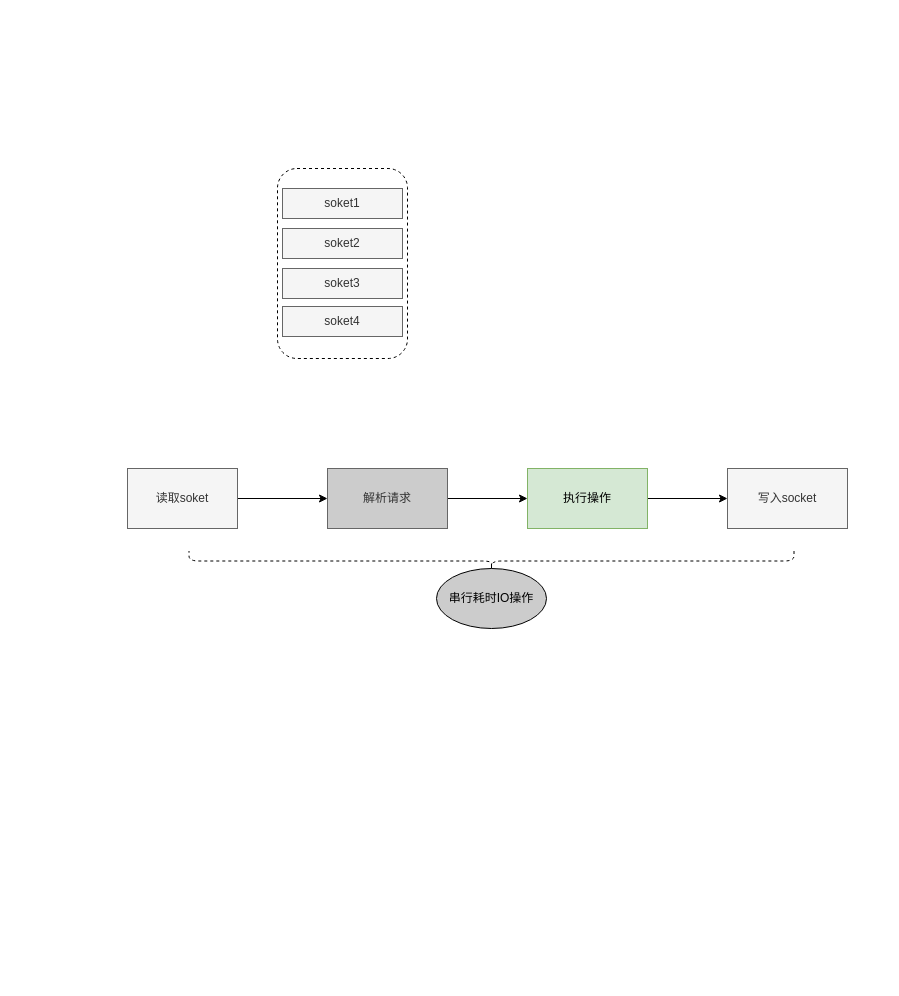
This is Untitled Diagram.drawio from choustark/dis-tx, a draw.io file, before an edit. Source tidied: cells renumbered, new cells numbered last; positions are measured from the earlier drawing's top-left corner, leaving out a move shared by most shapes. Both pictures are drawn from the tidied source at 100%, with x=0, y=0 at pixel (127, 168).
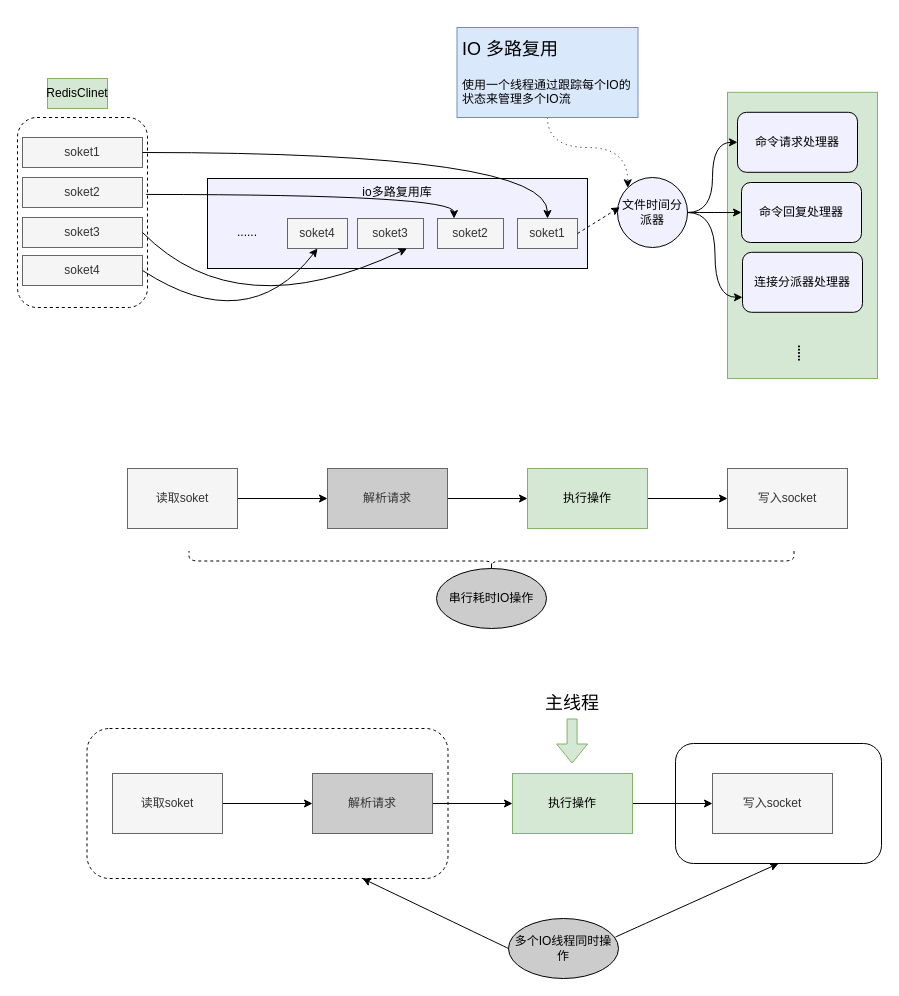
Above is the later version.

Diff of the diagram source:
```diff
@@
+    <mxCell id="16" style="rounded=1;whiteSpace=wrap;html=1;fontSize=18;" parent="1" vertex="1">
+      <mxGeometry x="548" y="575" width="206" height="120" as="geometry" />
+    </mxCell>
+    <mxCell id="17" style="rounded=1;whiteSpace=wrap;html=1;fontSize=18;dashed=1;" parent="1" vertex="1">
+      <mxGeometry x="-40.5" y="560" width="361" height="150" as="geometry" />
+    </mxCell>
     <mxCell id="2" style="rounded=1;whiteSpace=wrap;html=1;dashed=1;" parent="1" vertex="1">
-      <mxGeometry x="150" width="130" height="190" as="geometry" />
+      <mxGeometry x="-110" y="-51" width="130" height="190" as="geometry" />
     </mxCell>
     <mxCell id="3" value="soket3" style="rounded=0;whiteSpace=wrap;html=1;fillColor=#f5f5f5;fontColor=#333333;strokeColor=#666666;" parent="1" vertex="1">
-      <mxGeometry x="155" y="100" width="120" height="30" as="geometry" />
+      <mxGeometry x="-105" y="49" width="120" height="30" as="geometry" />
     </mxCell>
     <mxCell id="4" value="soket4" style="rounded=0;whiteSpace=wrap;html=1;fillColor=#f5f5f5;fontColor=#333333;strokeColor=#666666;" parent="1" vertex="1">
-      <mxGeometry x="155" y="138" width="120" height="30" as="geometry" />
+      <mxGeometry x="-105" y="87" width="120" height="30" as="geometry" />
     </mxCell>
     <mxCell id="5" value="soket1" style="rounded=0;whiteSpace=wrap;html=1;fillColor=#f5f5f5;fontColor=#333333;strokeColor=#666666;" parent="1" vertex="1">
-      <mxGeometry x="155" y="20" width="120" height="30" as="geometry" />
+      <mxGeometry x="-105" y="-31" width="120" height="30" as="geometry" />
     </mxCell>
     <mxCell id="6" value="soket2" style="rounded=0;whiteSpace=wrap;html=1;fillColor=#f5f5f5;fontColor=#333333;strokeColor=#666666;" parent="1" vertex="1">
-      <mxGeometry x="155" y="60" width="120" height="30" as="geometry" />
+      <mxGeometry x="-105" y="9" width="120" height="30" as="geometry" />
     </mxCell>
@@
+    <mxCell id="18" value="io多路复用库" style="rounded=0;whiteSpace=wrap;html=1;fillColor=#F1F0FF;verticalAlign=top;" parent="1" vertex="1">
+      <mxGeometry x="80" y="10" width="380" height="90" as="geometry" />
+    </mxCell>
+    <mxCell id="19" value="soket1" style="rounded=0;whiteSpace=wrap;html=1;fillColor=#f5f5f5;fontColor=#333333;strokeColor=#666666;" parent="1" vertex="1">
+      <mxGeometry x="390" y="50" width="60" height="30" as="geometry" />
+    </mxCell>
+    <mxCell id="20" value="soket2" style="rounded=0;whiteSpace=wrap;html=1;fillColor=#f5f5f5;fontColor=#333333;strokeColor=#666666;" parent="1" vertex="1">
+      <mxGeometry x="310" y="50" width="66" height="30" as="geometry" />
+    </mxCell>
+    <mxCell id="21" value="soket3" style="rounded=0;whiteSpace=wrap;html=1;fillColor=#f5f5f5;fontColor=#333333;strokeColor=#666666;" parent="1" vertex="1">
+      <mxGeometry x="230" y="50" width="66" height="30" as="geometry" />
+    </mxCell>
+    <mxCell id="22" value="文件时间分派器" style="ellipse;whiteSpace=wrap;html=1;fillColor=#F1F0FF;" parent="1" vertex="1">
+      <mxGeometry x="490" y="9" width="70" height="70" as="geometry" />
+    </mxCell>
+    <mxCell id="23" value="soket4" style="rounded=0;whiteSpace=wrap;html=1;fillColor=#f5f5f5;fontColor=#333333;strokeColor=#666666;" parent="1" vertex="1">
+      <mxGeometry x="160" y="50" width="60" height="30" as="geometry" />
+    </mxCell>
+    <mxCell id="24" style="rounded=0;whiteSpace=wrap;html=1;fillColor=#d5e8d4;strokeColor=#82b366;" parent="1" vertex="1">
+      <mxGeometry x="600" y="-76.2" width="150" height="286.2" as="geometry" />
+    </mxCell>
+    <mxCell id="25" value="命令请求处理器" style="rounded=1;whiteSpace=wrap;html=1;fillColor=#F1F0FF;" parent="1" vertex="1">
+      <mxGeometry x="610" y="-56.2" width="120" height="60" as="geometry" />
+    </mxCell>
+    <mxCell id="26" value="命令回复处理器" style="rounded=1;whiteSpace=wrap;html=1;fillColor=#F1F0FF;" parent="1" vertex="1">
+      <mxGeometry x="614" y="14" width="120" height="60" as="geometry" />
+    </mxCell>
+    <mxCell id="27" value="连接分派器处理器" style="rounded=1;whiteSpace=wrap;html=1;fillColor=#F1F0FF;" parent="1" vertex="1">
+      <mxGeometry x="615" y="83.8" width="120" height="60" as="geometry" />
+    </mxCell>
+    <mxCell id="28" style="endArrow=classic;html=1;rounded=0;entryX=0;entryY=0.5;entryDx=0;entryDy=0;edgeStyle=orthogonalEdgeStyle;curved=1;exitX=1;exitY=0.5;exitDx=0;exitDy=0;" parent="1" edge="1" source="22" target="25">
+      <mxGeometry relative="1" as="geometry" />
+    </mxCell>
+    <mxCell id="29" style="endArrow=classic;html=1;rounded=0;entryX=0;entryY=0.75;entryDx=0;entryDy=0;edgeStyle=orthogonalEdgeStyle;curved=1;exitX=1;exitY=0.5;exitDx=0;exitDy=0;" parent="1" edge="1" source="22" target="27">
+      <mxGeometry relative="1" as="geometry" />
+    </mxCell>
+    <mxCell id="30" style="endArrow=classic;html=1;rounded=0;entryX=0;entryY=0.5;entryDx=0;entryDy=0;edgeStyle=orthogonalEdgeStyle;curved=1;exitX=1;exitY=0.5;exitDx=0;exitDy=0;" parent="1" edge="1" source="22" target="26">
+      <mxGeometry relative="1" as="geometry" />
+    </mxCell>
+    <mxCell id="31" style="endArrow=classic;html=1;rounded=0;curved=1;exitX=1;exitY=0.5;exitDx=0;exitDy=0;entryX=0.033;entryY=0.425;entryDx=0;entryDy=0;entryPerimeter=0;dashed=1;" parent="1" edge="1" source="19" target="22">
+      <mxGeometry relative="1" as="geometry" />
+    </mxCell>
+    <mxCell id="32" value="....." style="text;html=1;strokeColor=none;fillColor=none;align=center;verticalAlign=middle;whiteSpace=wrap;rounded=0;rotation=90;fontStyle=1;" parent="1" vertex="1">
+      <mxGeometry x="645" y="170" width="60" height="30" as="geometry" />
+    </mxCell>
+    <mxCell id="33" value="......" style="text;html=1;strokeColor=none;fillColor=none;align=center;verticalAlign=middle;whiteSpace=wrap;rounded=0;" parent="1" vertex="1">
+      <mxGeometry x="90" y="49" width="60" height="30" as="geometry" />
+    </mxCell>
+    <mxCell id="34" style="endArrow=classic;html=1;rounded=0;exitX=1;exitY=0.5;exitDx=0;exitDy=0;entryX=0.5;entryY=0;entryDx=0;entryDy=0;edgeStyle=orthogonalEdgeStyle;elbow=vertical;curved=1;" parent="1" edge="1" source="5" target="19">
+      <mxGeometry relative="1" as="geometry" />
+    </mxCell>
+    <mxCell id="35" style="endArrow=classic;html=1;rounded=0;exitX=0.99;exitY=0.405;exitDx=0;exitDy=0;entryX=0.25;entryY=0;entryDx=0;entryDy=0;edgeStyle=orthogonalEdgeStyle;elbow=vertical;curved=1;exitPerimeter=0;" parent="1" edge="1" source="2" target="20">
+      <mxGeometry relative="1" as="geometry" />
+    </mxCell>
+    <mxCell id="36" style="endArrow=classic;html=1;rounded=0;curved=1;elbow=vertical;entryX=0.75;entryY=1;entryDx=0;entryDy=0;exitX=1;exitY=0.5;exitDx=0;exitDy=0;" parent="1" edge="1" source="3" target="21">
+      <mxGeometry relative="1" as="geometry">
+        <Array as="points">
+          <mxPoint x="110" y="160" />
+        </Array>
+      </mxGeometry>
+    </mxCell>
+    <mxCell id="37" style="endArrow=classic;html=1;rounded=0;curved=1;elbow=vertical;entryX=0.5;entryY=1;entryDx=0;entryDy=0;exitX=1;exitY=0.5;exitDx=0;exitDy=0;" parent="1" edge="1" source="4" target="23">
+      <mxGeometry relative="1" as="geometry">
+        <Array as="points">
+          <mxPoint x="120" y="170" />
+        </Array>
+      </mxGeometry>
+    </mxCell>
+    <mxCell id="38" value="RedisClinet" style="text;html=1;strokeColor=#82b366;fillColor=#d5e8d4;align=center;verticalAlign=middle;whiteSpace=wrap;rounded=0;" parent="1" vertex="1">
+      <mxGeometry x="-80" y="-90" width="60" height="30" as="geometry" />
+    </mxCell>
+    <mxCell id="39" style="edgeStyle=orthogonalEdgeStyle;curved=1;rounded=0;jettySize=auto;html=1;entryX=0;entryY=0;entryDx=0;entryDy=0;fontSize=18;elbow=vertical;dashed=1;dashPattern=1 4;" parent="1" edge="1" source="40" target="22">
+      <mxGeometry relative="1" as="geometry" />
+    </mxCell>
+    <mxCell id="40" value="&lt;h1&gt;&lt;span style=&quot;font-weight: normal;&quot;&gt;&lt;font style=&quot;font-size: 18px;&quot;&gt;IO 多路复用&lt;/font&gt;&lt;/span&gt;&lt;/h1&gt;&lt;p&gt;使用一个线程通过跟踪每个IO的状态来管理多个IO流&lt;/p&gt;" style="text;html=1;strokeColor=#6c8ebf;fillColor=#dae8fc;spacing=5;spacingTop=-20;whiteSpace=wrap;overflow=hidden;rounded=0;" parent="1" vertex="1">
+      <mxGeometry x="329.5" y="-141" width="181" height="90" as="geometry" />
+    </mxCell>
+    <mxCell id="41" style="edgeStyle=orthogonalEdgeStyle;rounded=0;jettySize=auto;html=1;" parent="1" edge="1" source="42" target="44">
+      <mxGeometry relative="1" as="geometry" />
+    </mxCell>
+    <mxCell id="42" value="读取soket" style="rounded=0;whiteSpace=wrap;html=1;fillColor=#f5f5f5;fontColor=#333333;strokeColor=#666666;" parent="1" vertex="1">
+      <mxGeometry x="-15" y="605" width="110" height="60" as="geometry" />
+    </mxCell>
+    <mxCell id="43" style="edgeStyle=orthogonalEdgeStyle;rounded=0;jettySize=auto;html=1;" parent="1" edge="1" source="44" target="46">
+      <mxGeometry relative="1" as="geometry" />
+    </mxCell>
+    <mxCell id="44" value="解析请求" style="whiteSpace=wrap;html=1;fillColor=#CCCCCC;strokeColor=#666666;fontColor=#333333;rounded=0;" parent="1" vertex="1">
+      <mxGeometry x="185" y="605" width="120" height="60" as="geometry" />
+    </mxCell>
+    <mxCell id="45" style="edgeStyle=orthogonalEdgeStyle;rounded=0;jettySize=auto;html=1;" parent="1" edge="1" source="46" target="47">
+      <mxGeometry relative="1" as="geometry" />
+    </mxCell>
+    <mxCell id="46" value="执行操作" style="whiteSpace=wrap;html=1;fillColor=#d5e8d4;strokeColor=#82b366;rounded=0;" parent="1" vertex="1">
+      <mxGeometry x="385" y="605" width="120" height="60" as="geometry" />
+    </mxCell>
+    <mxCell id="47" value="写入socket" style="whiteSpace=wrap;html=1;fillColor=#f5f5f5;strokeColor=#666666;fontColor=#333333;rounded=0;" parent="1" vertex="1">
+      <mxGeometry x="585" y="605" width="120" height="60" as="geometry" />
+    </mxCell>
+    <mxCell id="48" value="多个IO线程同时操作" style="ellipse;whiteSpace=wrap;html=1;fillColor=#CCCCCC;" parent="1" vertex="1">
+      <mxGeometry x="381" y="750" width="110" height="60" as="geometry" />
+    </mxCell>
+    <mxCell id="49" style="endArrow=classic;html=1;rounded=0;fontSize=18;curved=1;elbow=vertical;exitX=0;exitY=0.5;exitDx=0;exitDy=0;" parent="1" edge="1" source="48">
+      <mxGeometry relative="1" as="geometry">
+        <mxPoint x="235" y="710" as="targetPoint" />
+      </mxGeometry>
+    </mxCell>
+    <mxCell id="50" style="endArrow=classic;html=1;rounded=0;fontSize=18;curved=1;elbow=vertical;exitX=0.973;exitY=0.308;exitDx=0;exitDy=0;exitPerimeter=0;entryX=0.5;entryY=1;entryDx=0;entryDy=0;" parent="1" edge="1" source="48" target="16">
+      <mxGeometry relative="1" as="geometry" />
+    </mxCell>
+    <mxCell id="51" style="shape=flexArrow;endArrow=classic;html=1;rounded=0;fontSize=18;curved=1;elbow=vertical;fillColor=#d5e8d4;strokeColor=#82b366;" parent="1" edge="1">
+      <mxGeometry relative="1" as="geometry">
+        <mxPoint x="444.6" y="550" as="sourcePoint" />
+        <mxPoint x="444.6" y="595" as="targetPoint" />
+      </mxGeometry>
+    </mxCell>
+    <mxCell id="52" value="主线程" style="text;html=1;strokeColor=none;fillColor=none;align=center;verticalAlign=middle;whiteSpace=wrap;rounded=0;fontSize=18;" parent="1" vertex="1">
+      <mxGeometry x="415" y="520" width="60" height="30" as="geometry" />
+    </mxCell>
```
